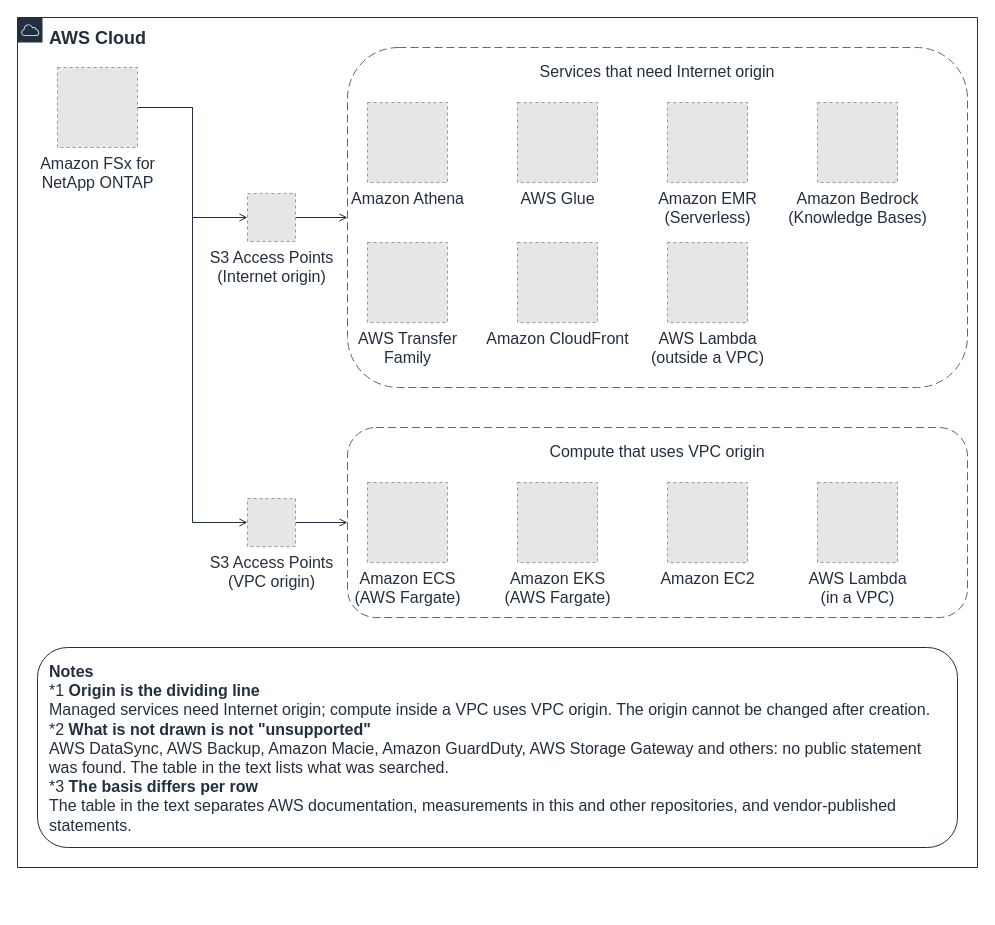
Before: docs/_assets/diagrams/s3ap-consumer-map-en.drawio in Yoshiki0705/FSx-for-ONTAP-Container-Datastore-Patterns, a draw.io diagram. Source tidied: cells renumbered, new cells numbered last; positions are measured from the earlier drawing's top-left corner, leaving out a move shared by most shapes. Both pictures are drawn from the tidied source at 100%, with x=0, y=0 at pixel (17, 17). Pictures stored in the file or linked from it are replaced by grey dashed boxes.
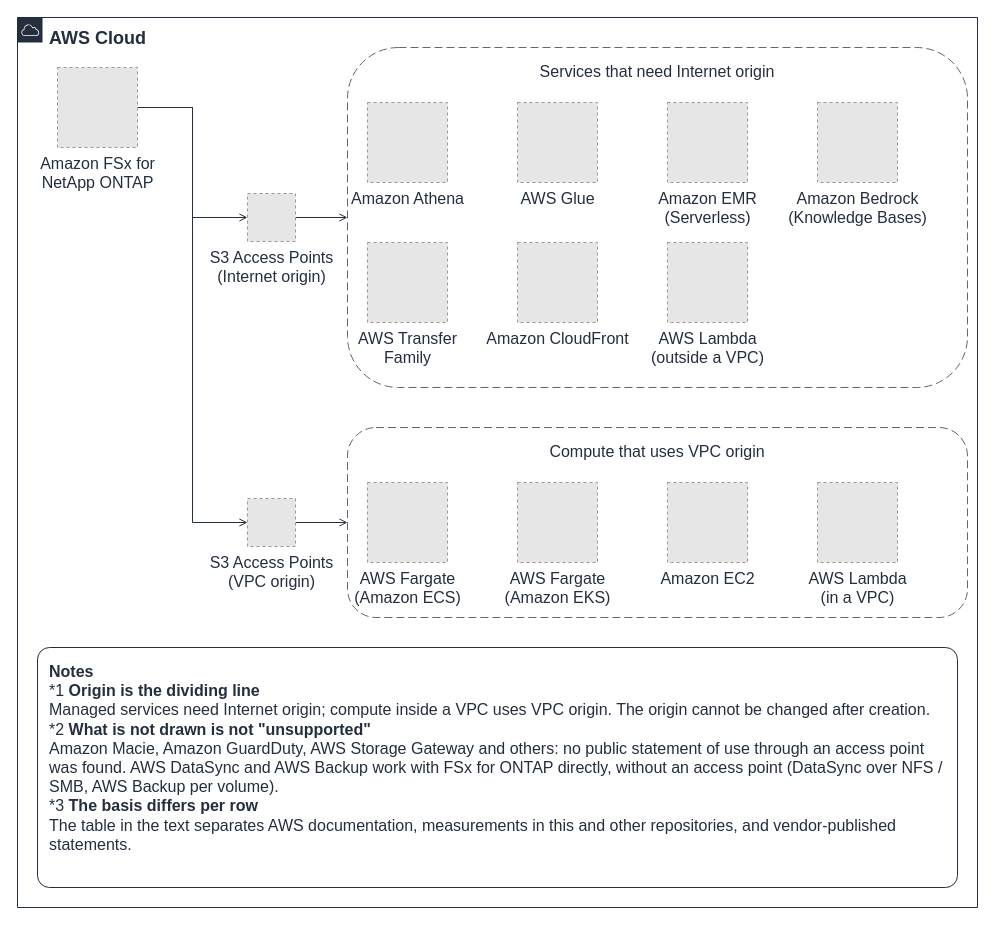
Above is the later version.

Diff of the diagram source:
```diff
@@
     <mxCell id="6" value="AWS Cloud" style="gradientColor=none;html=1;whiteSpace=wrap;fontSize=18;fontStyle=1;fontColor=#232F3E;shape=mxgraph.aws4.group;grIcon=mxgraph.aws4.group_aws_cloud;strokeColor=#232F3E;fillColor=none;verticalAlign=top;align=left;spacingLeft=30;spacingTop=4;dashed=0;labelBackgroundColor=#FFFFFF;" parent="1" vertex="1">
-      <mxGeometry width="960" height="850" as="geometry" />
+      <mxGeometry width="960" height="890" as="geometry" />
     </mxCell>
@@
-    <mxCell id="9" value="&lt;b&gt;Notes&lt;/b&gt;&lt;br&gt;*1 &lt;b&gt;Origin is the dividing line&lt;/b&gt;&lt;br&gt;Managed services need Internet origin; compute inside a VPC uses VPC origin. The origin cannot be changed after creation.&lt;br&gt;*2 &lt;b&gt;What is not drawn is not &quot;unsupported&quot;&lt;/b&gt;&lt;br&gt;AWS DataSync, AWS Backup, Amazon Macie, Amazon GuardDuty, AWS Storage Gateway and others: no public statement was found. The table in the text lists what was searched.&lt;br&gt;*3 &lt;b&gt;The basis differs per row&lt;/b&gt;&lt;br&gt;The table in the text separates AWS documentation, measurements in this and other repositories, and vendor-published statements." style="rounded=1;whiteSpace=wrap;html=1;strokeColor=#232F3E;fillColor=none;fontColor=#232F3E;fontSize=16;verticalAlign=top;align=left;spacingLeft=10;spacingRight=10;spacingTop=8;" parent="1" vertex="1">
-      <mxGeometry x="20" y="630" width="920" height="200" as="geometry" />
+    <mxCell id="9" value="&lt;b&gt;Notes&lt;/b&gt;&lt;br&gt;*1 &lt;b&gt;Origin is the dividing line&lt;/b&gt;&lt;br&gt;Managed services need Internet origin; compute inside a VPC uses VPC origin. The origin cannot be changed after creation.&lt;br&gt;*2 &lt;b&gt;What is not drawn is not &quot;unsupported&quot;&lt;/b&gt;&lt;br&gt;Amazon Macie, Amazon GuardDuty, AWS Storage Gateway and others: no public statement of use through an access point was found. AWS DataSync and AWS Backup work with FSx for ONTAP directly, without an access point (DataSync over NFS / SMB, AWS Backup per volume).&lt;br&gt;*3 &lt;b&gt;The basis differs per row&lt;/b&gt;&lt;br&gt;The table in the text separates AWS documentation, measurements in this and other repositories, and vendor-published statements." style="rounded=1;absoluteArcSize=1;arcSize=24;whiteSpace=wrap;html=1;strokeColor=#232F3E;fillColor=none;fontColor=#232F3E;fontSize=16;verticalAlign=top;align=left;spacingLeft=10;spacingRight=10;spacingTop=8;" parent="1" vertex="1">
+      <mxGeometry x="20" y="630" width="920" height="240" as="geometry" />
     </mxCell>
@@
-    <mxCell id="20" value="Amazon ECS&lt;br&gt;(AWS Fargate)" style="fillColor=#E6E6E6;strokeColor=#999999;dashed=1;html=1;verticalLabelPosition=bottom;verticalAlign=top;labelPosition=center;align=center;fontSize=16;fontColor=#232F3E;" parent="1" vertex="1">
+    <mxCell id="20" value="AWS Fargate&lt;br&gt;(Amazon ECS)" style="fillColor=#E6E6E6;strokeColor=#999999;dashed=1;html=1;verticalLabelPosition=bottom;verticalAlign=top;labelPosition=center;align=center;fontSize=16;fontColor=#232F3E;" parent="1" vertex="1">
       <mxGeometry x="350" y="465" width="80" height="80" as="geometry" />
     </mxCell>
-    <mxCell id="21" value="Amazon EKS&lt;br&gt;(AWS Fargate)" style="fillColor=#E6E6E6;strokeColor=#999999;dashed=1;html=1;verticalLabelPosition=bottom;verticalAlign=top;labelPosition=center;align=center;fontSize=16;fontColor=#232F3E;" parent="1" vertex="1">
+    <mxCell id="21" value="AWS Fargate&lt;br&gt;(Amazon EKS)" style="fillColor=#E6E6E6;strokeColor=#999999;dashed=1;html=1;verticalLabelPosition=bottom;verticalAlign=top;labelPosition=center;align=center;fontSize=16;fontColor=#232F3E;" parent="1" vertex="1">
       <mxGeometry x="500" y="465" width="80" height="80" as="geometry" />
     </mxCell>
```
